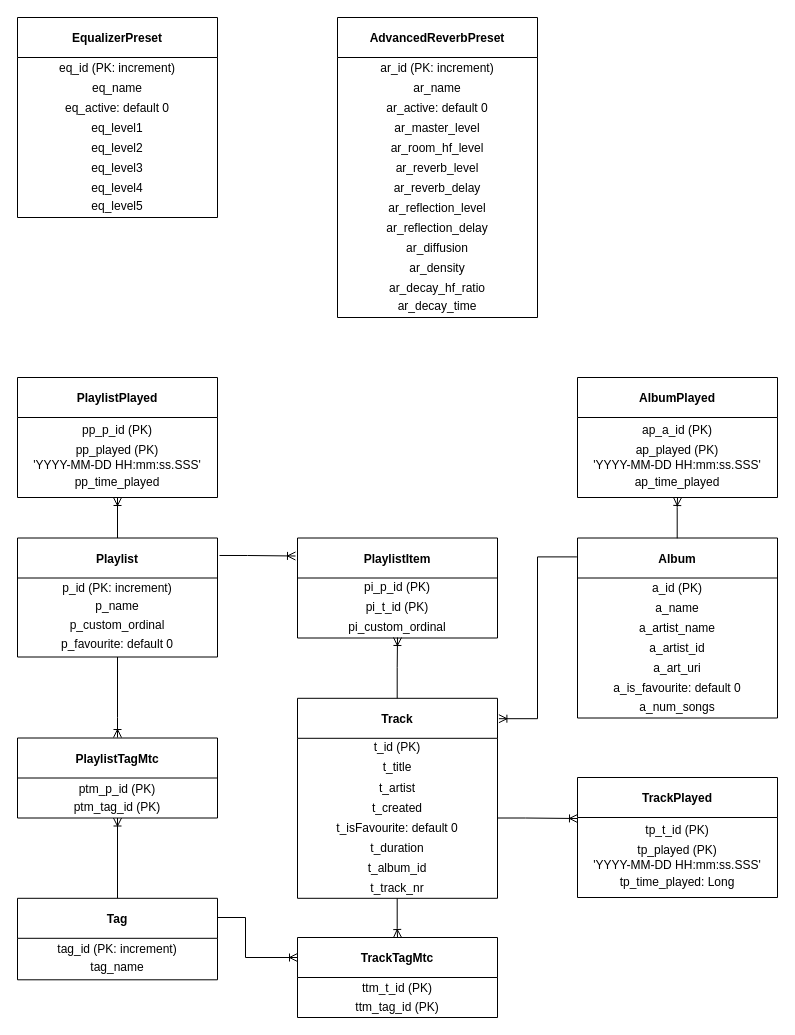
Lohni/Musicplayer keeps this draw.io diagram as musicplayer_schema.drawio. Above is the earlier version. Source tidied: cells renumbered, new cells numbered last; positions are measured from the earlier drawing's top-left corner, leaving out a move shared by most shapes. Both pictures are drawn from the tidied source at 100%, with x=0, y=0 at pixel (17, 17).
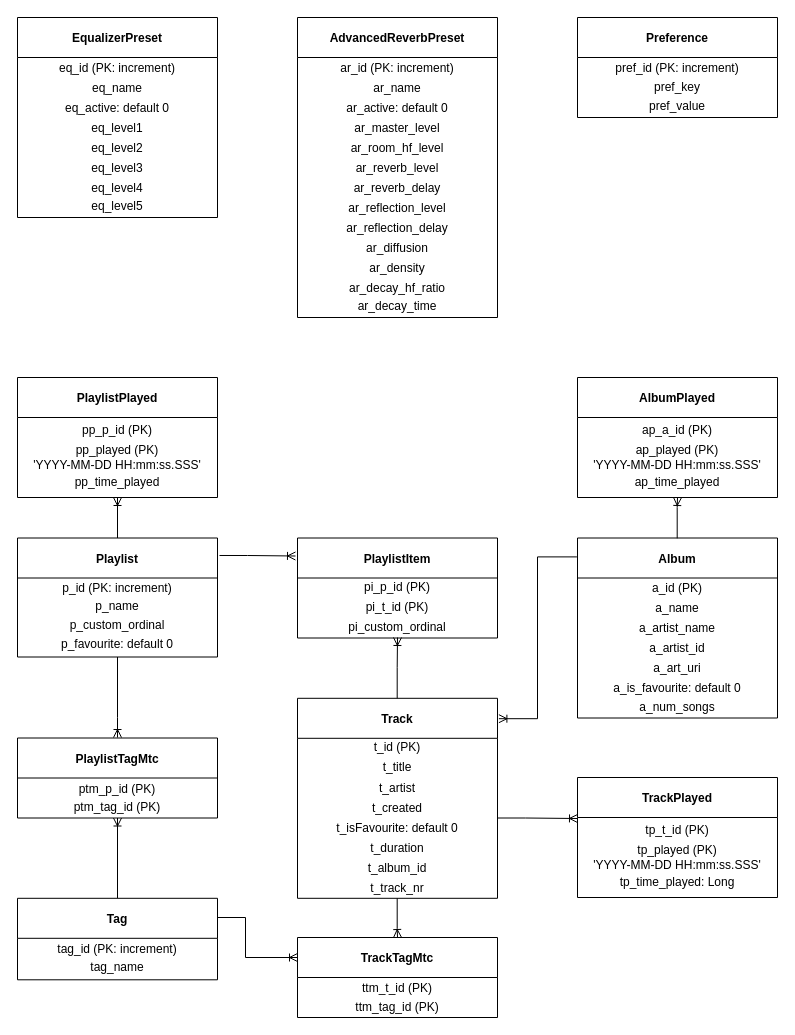
Above is the later version.

The edit, as a diff of the source:
```diff
@@
     <mxCell id="46" style="group;" parent="1" vertex="1">
-      <mxGeometry x="320" width="200" height="300" as="geometry" />
+      <mxGeometry x="280" width="200" height="300" as="geometry" />
     </mxCell>
@@
+    <mxCell id="87" style="group;" parent="1" vertex="1">
+      <mxGeometry x="560" width="200" height="200" as="geometry" />
+    </mxCell>
+    <mxCell id="88" value="Preference" style="swimlane;startSize=40;" parent="87" vertex="1">
+      <mxGeometry width="200" height="100" as="geometry" />
+    </mxCell>
+    <mxCell id="89" value="pref_id (PK: increment)" style="text;html=1;strokeColor=none;fillColor=none;align=center;verticalAlign=middle;whiteSpace=wrap;rounded=0;" parent="88" vertex="1">
+      <mxGeometry x="10" y="41" width="180" height="20" as="geometry" />
+    </mxCell>
+    <mxCell id="90" value="pref_key" style="text;html=1;strokeColor=none;fillColor=none;align=center;verticalAlign=middle;whiteSpace=wrap;rounded=0;" parent="88" vertex="1">
+      <mxGeometry x="10" y="60" width="180" height="20" as="geometry" />
+    </mxCell>
+    <mxCell id="91" value="pref_value" style="text;html=1;strokeColor=none;fillColor=none;align=center;verticalAlign=middle;whiteSpace=wrap;rounded=0;" parent="88" vertex="1">
+      <mxGeometry x="10" y="79" width="180" height="20" as="geometry" />
+    </mxCell>
```
